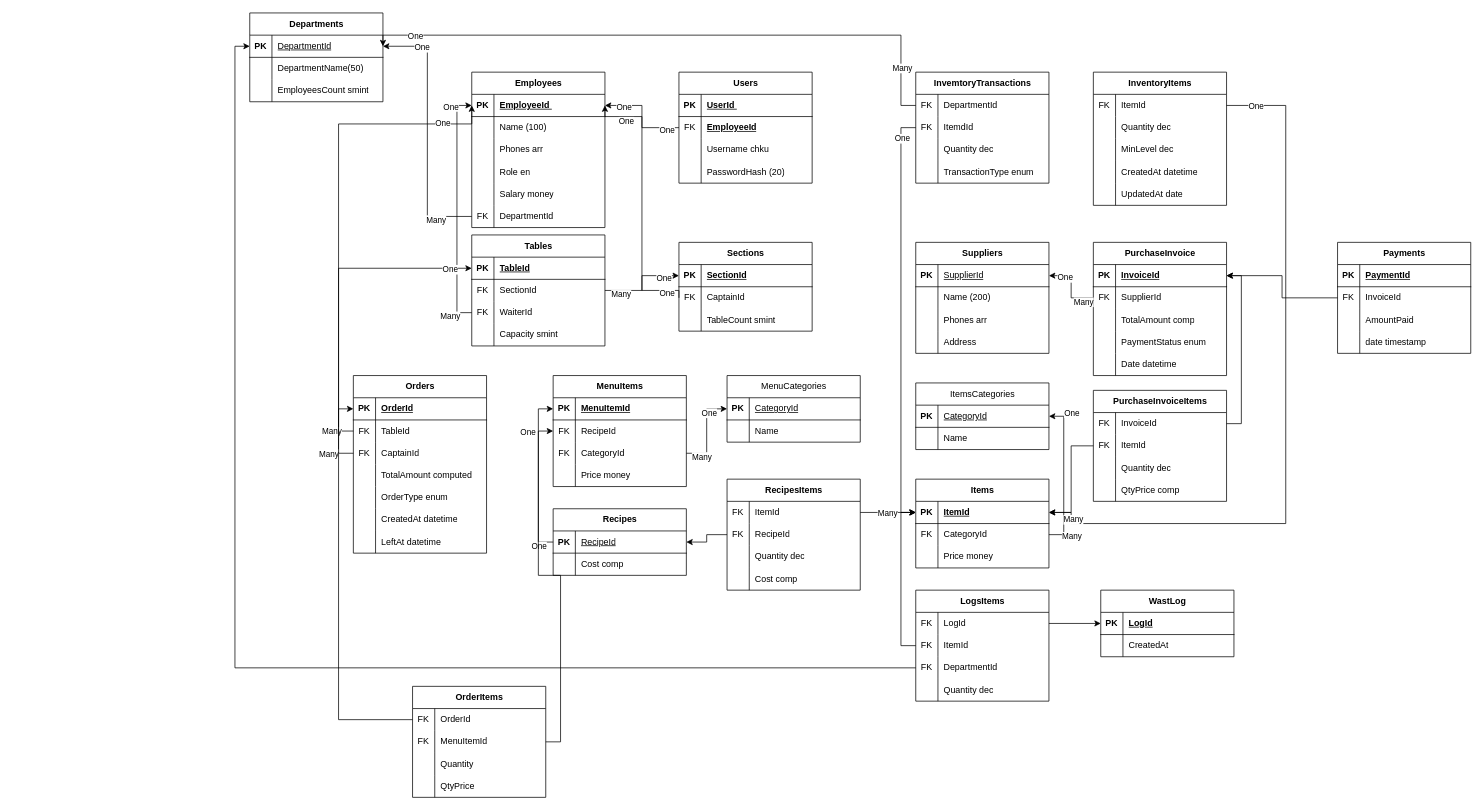
Earlier version of the draw.io diagram CRMD-Server/CRMD-Datebase/CRMD.drawio (fares2718/CRMD). Source tidied: cells renumbered, new cells numbered last; positions are measured from the earlier drawing's top-left corner, leaving out a move shared by most shapes. Both pictures are drawn from the tidied source at 74%, with x=0, y=0 at pixel (249, 13).
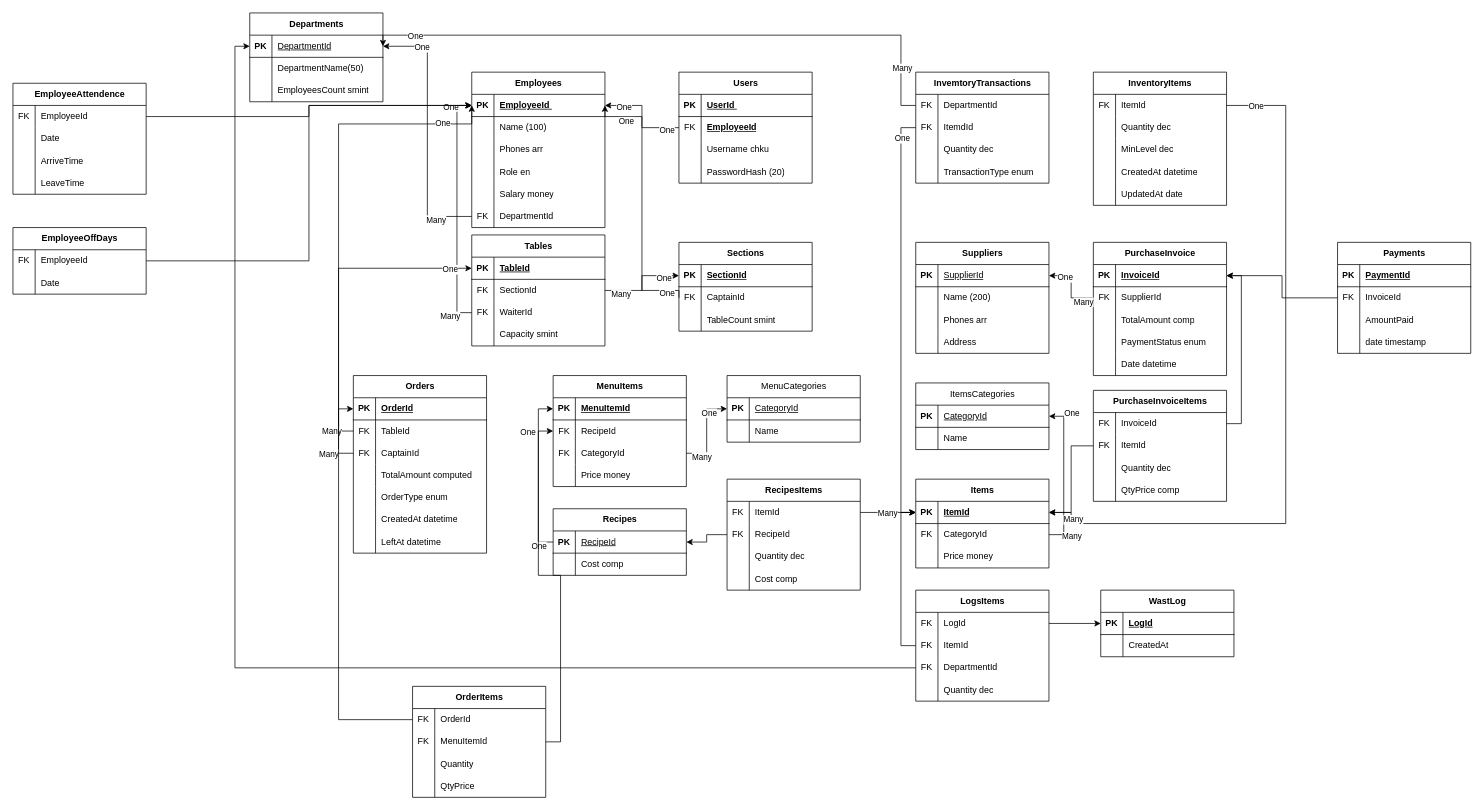
The same diagram, later.

Unchanged cells that the change refers to:
```xml
<mxCell id="3" style="shape=tableRow;horizontal=0;startSize=0;swimlaneHead=0;swimlaneBody=0;fillColor=none;points=[[0,0.5],[1,0.5]];portConstraint=eastwest;top=0;left=0;right=0;bottom=1;" parent="2" vertex="1">
  <mxGeometry y="30" width="180" height="30" as="geometry" />
</mxCell>
```

Diff of the diagram source:
```diff
@@
+    <mxCell id="315" value="EmployeeAttendence" style="shape=table;startSize=30;childLayout=tableLayout;rowLines=0;fontStyle=1;align=center;html=1;" parent="1" vertex="1">
+      <mxGeometry x="-320" y="95" width="180" height="150" as="geometry" />
+    </mxCell>
+    <mxCell id="316" style="shape=tableRow;horizontal=0;startSize=0;swimlaneHead=0;swimlaneBody=0;fillColor=none;points=[[0,0.5],[1,0.5]];portConstraint=eastwest;top=0;left=0;right=0;bottom=0;" parent="315" vertex="1">
+      <mxGeometry y="30" width="180" height="30" as="geometry" />
+    </mxCell>
+    <mxCell id="317" value="FK" style="shape=partialRectangle;fillColor=none;top=0;left=0;bottom=0;right=0;overflow=hidden;whiteSpace=wrap;html=1;" parent="316" vertex="1">
+      <mxGeometry width="30" height="30" as="geometry" />
+    </mxCell>
+    <mxCell id="318" value="EmployeeId" style="shape=partialRectangle;fillColor=none;top=0;left=0;bottom=0;right=0;align=left;spacingLeft=6;overflow=hidden;whiteSpace=wrap;html=1;" parent="316" vertex="1">
+      <mxGeometry x="30" width="150" height="30" as="geometry" />
+    </mxCell>
+    <mxCell id="319" style="shape=tableRow;horizontal=0;startSize=0;swimlaneHead=0;swimlaneBody=0;fillColor=none;top=0;left=0;right=0;bottom=0;" parent="315" vertex="1">
+      <mxGeometry y="60" width="180" height="30" as="geometry" />
+    </mxCell>
+    <mxCell id="320" style="shape=partialRectangle;fillColor=none;top=0;left=0;bottom=0;right=0;overflow=hidden;whiteSpace=wrap;html=1;" parent="319" vertex="1">
+      <mxGeometry width="30" height="30" as="geometry" />
+    </mxCell>
+    <mxCell id="321" value="Date" style="shape=partialRectangle;fillColor=none;top=0;left=0;bottom=0;right=0;align=left;spacingLeft=6;overflow=hidden;whiteSpace=wrap;html=1;" parent="319" vertex="1">
+      <mxGeometry x="30" width="150" height="30" as="geometry" />
+    </mxCell>
+    <mxCell id="322" style="shape=tableRow;horizontal=0;startSize=0;swimlaneHead=0;swimlaneBody=0;fillColor=none;top=0;left=0;right=0;bottom=0;" parent="315" vertex="1">
+      <mxGeometry y="90" width="180" height="30" as="geometry" />
+    </mxCell>
+    <mxCell id="323" style="shape=partialRectangle;fillColor=none;top=0;left=0;bottom=0;right=0;overflow=hidden;whiteSpace=wrap;html=1;" parent="322" vertex="1">
+      <mxGeometry width="30" height="30" as="geometry" />
+    </mxCell>
+    <mxCell id="324" value="ArriveTime" style="shape=partialRectangle;fillColor=none;top=0;left=0;bottom=0;right=0;align=left;spacingLeft=6;overflow=hidden;whiteSpace=wrap;html=1;" parent="322" vertex="1">
+      <mxGeometry x="30" width="150" height="30" as="geometry" />
+    </mxCell>
+    <mxCell id="325" style="shape=tableRow;horizontal=0;startSize=0;swimlaneHead=0;swimlaneBody=0;fillColor=none;top=0;left=0;right=0;bottom=0;" parent="315" vertex="1">
+      <mxGeometry y="120" width="180" height="30" as="geometry" />
+    </mxCell>
+    <mxCell id="326" style="shape=partialRectangle;fillColor=none;top=0;left=0;bottom=0;right=0;overflow=hidden;whiteSpace=wrap;html=1;" parent="325" vertex="1">
+      <mxGeometry width="30" height="30" as="geometry" />
+    </mxCell>
+    <mxCell id="327" value="LeaveTime" style="shape=partialRectangle;fillColor=none;top=0;left=0;bottom=0;right=0;align=left;spacingLeft=6;overflow=hidden;whiteSpace=wrap;html=1;" parent="325" vertex="1">
+      <mxGeometry x="30" width="150" height="30" as="geometry" />
+    </mxCell>
+    <mxCell id="328" style="edgeStyle=orthogonalEdgeStyle;rounded=0;jettySize=auto;html=1;exitX=1;exitY=0.5;exitDx=0;exitDy=0;entryX=0;entryY=0.5;entryDx=0;entryDy=0;" parent="1" edge="1" source="316" target="3">
+      <mxGeometry relative="1" as="geometry" />
+    </mxCell>
+    <mxCell id="329" value="EmployeeOffDays" style="shape=table;startSize=30;childLayout=tableLayout;rowLines=0;fontStyle=1;align=center;html=1;" parent="1" vertex="1">
+      <mxGeometry x="-320" y="290" width="180" height="90" as="geometry" />
+    </mxCell>
+    <mxCell id="330" style="shape=tableRow;horizontal=0;startSize=0;swimlaneHead=0;swimlaneBody=0;fillColor=none;points=[[0,0.5],[1,0.5]];portConstraint=eastwest;top=0;left=0;right=0;bottom=0;" parent="329" vertex="1">
+      <mxGeometry y="30" width="180" height="30" as="geometry" />
+    </mxCell>
+    <mxCell id="331" value="FK" style="shape=partialRectangle;fillColor=none;top=0;left=0;bottom=0;right=0;overflow=hidden;whiteSpace=wrap;html=1;" parent="330" vertex="1">
+      <mxGeometry width="30" height="30" as="geometry" />
+    </mxCell>
+    <mxCell id="332" value="EmployeeId" style="shape=partialRectangle;fillColor=none;top=0;left=0;bottom=0;right=0;align=left;spacingLeft=6;overflow=hidden;whiteSpace=wrap;html=1;" parent="330" vertex="1">
+      <mxGeometry x="30" width="150" height="30" as="geometry" />
+    </mxCell>
+    <mxCell id="333" style="shape=tableRow;horizontal=0;startSize=0;swimlaneHead=0;swimlaneBody=0;fillColor=none;top=0;left=0;right=0;bottom=0;" parent="329" vertex="1">
+      <mxGeometry y="60" width="180" height="30" as="geometry" />
+    </mxCell>
+    <mxCell id="334" style="shape=partialRectangle;fillColor=none;top=0;left=0;bottom=0;right=0;overflow=hidden;whiteSpace=wrap;html=1;" parent="333" vertex="1">
+      <mxGeometry width="30" height="30" as="geometry" />
+    </mxCell>
+    <mxCell id="335" value="Date" style="shape=partialRectangle;fillColor=none;top=0;left=0;bottom=0;right=0;align=left;spacingLeft=6;overflow=hidden;whiteSpace=wrap;html=1;" parent="333" vertex="1">
+      <mxGeometry x="30" width="150" height="30" as="geometry" />
+    </mxCell>
+    <mxCell id="336" style="edgeStyle=orthogonalEdgeStyle;rounded=0;jettySize=auto;html=1;exitX=1;exitY=0.5;exitDx=0;exitDy=0;entryX=0;entryY=0.5;entryDx=0;entryDy=0;" parent="1" edge="1" source="330" target="3">
+      <mxGeometry relative="1" as="geometry" />
+    </mxCell>
```
